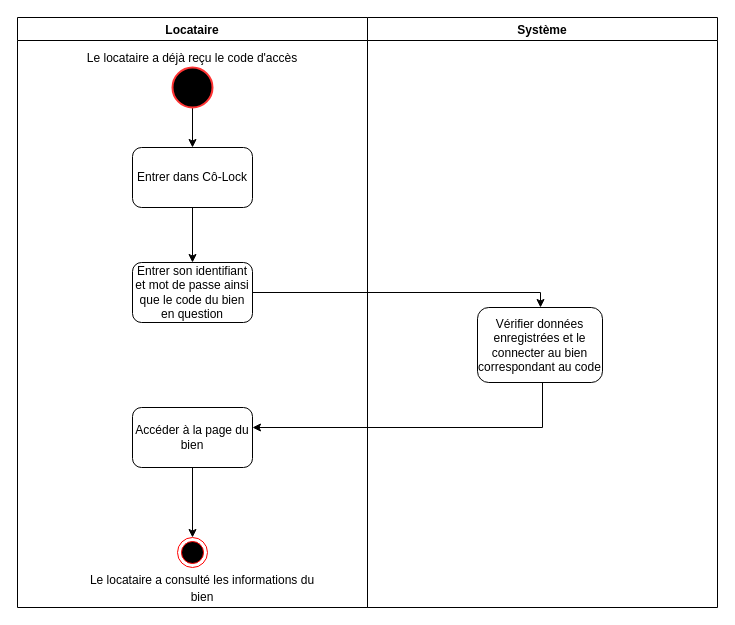
Earlier version of the draw.io diagram page "Consulter informations du bien" (16 of 20) of Ko-loc (1).drawio (Julienthum/Co-Lock). Source tidied: cells renumbered, new cells numbered last; positions are measured from the earlier drawing's top-left corner, leaving out a move shared by most shapes. Both pictures are drawn from the tidied source at 100%, with x=0, y=0 at pixel (17, 17).
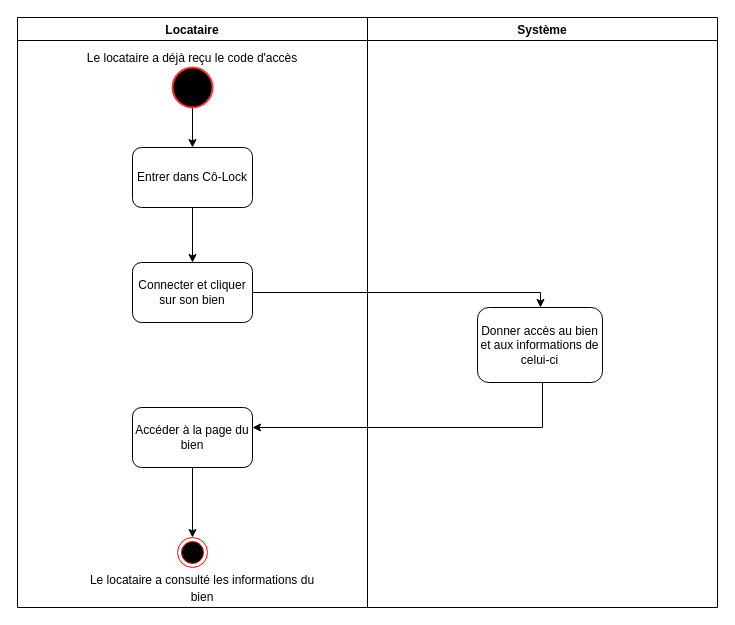
Above is the later version.

What changed in the source:
```diff
@@
 <mxGraphModel>
   <root>
     <mxCell id="0" />
     <mxCell id="1" parent="0" />
     <mxCell id="2" value="Locataire" style="swimlane;fontSize=12;strokeColor=#000000;fillColor=#FFFFFF;" parent="1" vertex="1">
       <mxGeometry width="350" height="590" as="geometry" />
     </mxCell>
     <mxCell id="3" style="edgeStyle=orthogonalEdgeStyle;rounded=0;jettySize=auto;html=1;fontSize=12;" parent="2" edge="1" source="4" target="7">
       <mxGeometry relative="1" as="geometry" />
     </mxCell>
     <mxCell id="4" style="strokeWidth=2;html=1;shape=mxgraph.flowchart.start_2;whiteSpace=wrap;fontSize=14;fillColor=#000000;strokeColor=#FF3333;" parent="2" vertex="1">
       <mxGeometry x="155" y="50" width="40" height="40" as="geometry" />
     </mxCell>
     <mxCell id="5" value="&lt;span style=&quot;font-size: 12px&quot;&gt;Le locataire a déjà reçu&amp;nbsp;le code d'accès&lt;/span&gt;" style="text;html=1;strokeColor=none;fillColor=none;align=center;verticalAlign=middle;whiteSpace=wrap;rounded=0;fontSize=14;" parent="2" vertex="1">
       <mxGeometry x="55" y="30" width="240" height="20" as="geometry" />
     </mxCell>
     <mxCell id="6" style="edgeStyle=orthogonalEdgeStyle;rounded=0;jettySize=auto;html=1;fontSize=12;" parent="2" edge="1" source="7" target="8">
       <mxGeometry relative="1" as="geometry" />
     </mxCell>
     <mxCell id="7" value="Entrer dans Cô-Lock" style="rounded=1;whiteSpace=wrap;html=1;fontSize=12;strokeColor=#000000;fillColor=#FFFFFF;" parent="2" vertex="1">
       <mxGeometry x="115" y="130" width="120" height="60" as="geometry" />
     </mxCell>
-    <mxCell id="8" value="Entrer son identifiant et mot de passe ainsi que le code du bien en question" style="rounded=1;whiteSpace=wrap;html=1;fontSize=12;strokeColor=#000000;fillColor=#FFFFFF;" parent="2" vertex="1">
+    <mxCell id="8" value="Connecter et cliquer sur son bien" style="rounded=1;whiteSpace=wrap;html=1;fontSize=12;strokeColor=#000000;fillColor=#FFFFFF;" parent="2" vertex="1">
       <mxGeometry x="115" y="245" width="120" height="60" as="geometry" />
     </mxCell>
     <mxCell id="9" style="edgeStyle=orthogonalEdgeStyle;rounded=0;jettySize=auto;html=1;fontSize=12;" parent="2" edge="1" source="10" target="12">
       <mxGeometry relative="1" as="geometry" />
     </mxCell>
     <mxCell id="10" value="Accéder à la page du bien" style="rounded=1;whiteSpace=wrap;html=1;fontSize=12;strokeColor=#000000;fillColor=#FFFFFF;" parent="2" vertex="1">
       <mxGeometry x="115" y="390" width="120" height="60" as="geometry" />
     </mxCell>
     <mxCell id="11" value="&lt;span style=&quot;font-size: 12px&quot;&gt;Le locataire a consulté les informations du bien&lt;/span&gt;" style="text;html=1;strokeColor=none;fillColor=none;align=center;verticalAlign=middle;whiteSpace=wrap;rounded=0;fontSize=14;" parent="2" vertex="1">
       <mxGeometry x="65" y="560" width="240" height="20" as="geometry" />
     </mxCell>
     <mxCell id="12" style="ellipse;html=1;shape=endState;fillColor=#000000;strokeColor=#ff0000;fontSize=12;" parent="2" vertex="1">
       <mxGeometry x="160" y="520" width="30" height="30" as="geometry" />
     </mxCell>
     <mxCell id="13" value="Système" style="swimlane;fontSize=12;strokeColor=#000000;fillColor=#FFFFFF;" parent="1" vertex="1">
       <mxGeometry x="350" width="350" height="590" as="geometry" />
     </mxCell>
-    <mxCell id="14" value="Vérifier données enregistrées et le connecter au bien correspondant au code" style="rounded=1;whiteSpace=wrap;html=1;fontSize=12;strokeColor=#000000;fillColor=#FFFFFF;" parent="13" vertex="1">
+    <mxCell id="14" value="Donner accès au bien et aux informations de celui-ci" style="rounded=1;whiteSpace=wrap;html=1;fontSize=12;strokeColor=#000000;fillColor=#FFFFFF;" parent="13" vertex="1">
       <mxGeometry x="110" y="290" width="125" height="75" as="geometry" />
     </mxCell>
     <mxCell id="15" style="edgeStyle=orthogonalEdgeStyle;rounded=0;jettySize=auto;html=1;fontSize=12;exitX=1;exitY=0.5;exitDx=0;exitDy=0;" parent="1" edge="1" source="8" target="14">
       <mxGeometry relative="1" as="geometry">
         <Array as="points">
           <mxPoint x="523" y="275" />
         </Array>
       </mxGeometry>
     </mxCell>
     <mxCell id="16" style="edgeStyle=orthogonalEdgeStyle;rounded=0;jettySize=auto;html=1;fontSize=12;" parent="1" edge="1" source="14" target="10">
       <mxGeometry relative="1" as="geometry">
         <Array as="points">
           <mxPoint x="525" y="410" />
         </Array>
       </mxGeometry>
     </mxCell>
   </root>
 </mxGraphModel>
```
